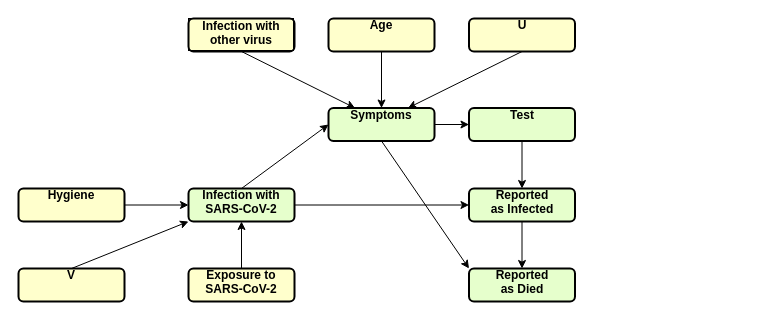
Before: images/causal_graph_app_epidem1.drawio in FloBrez/itc, a draw.io diagram. Source tidied: cells renumbered, new cells numbered last; positions are measured from the earlier drawing's top-left corner, leaving out a move shared by most shapes. Both pictures are drawn from the tidied source at 100%, with x=0, y=0 at pixel (18, 18).
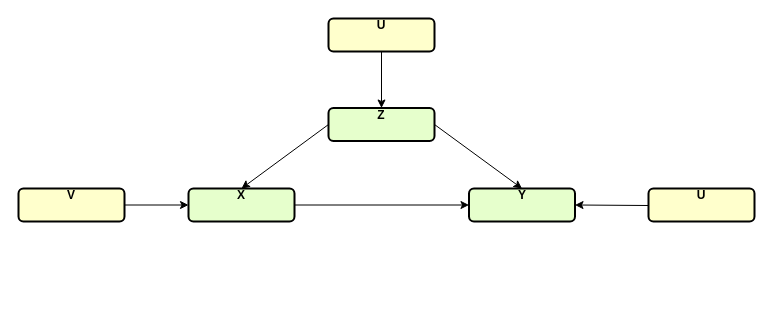
After the change.

The edit, as a diff of the source:
```diff
@@
-    <mxCell id="2" value="&lt;div&gt;Infection with &lt;br&gt;&lt;/div&gt;&lt;div&gt;SARS-CoV-2&lt;/div&gt;" style="verticalAlign=middle;align=center;overflow=fill;fontSize=12;fontFamily=Helvetica;html=1;rounded=1;fontStyle=1;strokeWidth=2;fillColor=#E6FFCC;gradientColor=none;" parent="1" vertex="1">
+    <mxCell id="2" value="&lt;div&gt;X&lt;/div&gt;" style="verticalAlign=middle;align=center;overflow=fill;fontSize=12;fontFamily=Helvetica;html=1;rounded=1;fontStyle=1;strokeWidth=2;fillColor=#E6FFCC;gradientColor=none;" parent="1" vertex="1">
       <mxGeometry x="170" y="170" width="106" height="33" as="geometry" />
     </mxCell>
-    <mxCell id="3" value="Symptoms" style="verticalAlign=middle;align=center;overflow=fill;fontSize=12;fontFamily=Helvetica;html=1;rounded=1;fontStyle=1;strokeWidth=2;fillColor=#E6FFCC;gradientColor=none;" parent="1" vertex="1">
+    <mxCell id="3" value="Z" style="verticalAlign=middle;align=center;overflow=fill;fontSize=12;fontFamily=Helvetica;html=1;rounded=1;fontStyle=1;strokeWidth=2;fillColor=#E6FFCC;gradientColor=none;" parent="1" vertex="1">
       <mxGeometry x="310" y="89.5" width="106" height="33" as="geometry" />
     </mxCell>
-    <mxCell id="4" value="Test" style="verticalAlign=middle;align=center;overflow=fill;fontSize=12;fontFamily=Helvetica;html=1;rounded=1;fontStyle=1;strokeWidth=2;fillColor=#E6FFCC;gradientColor=none;" parent="1" vertex="1">
-      <mxGeometry x="450.5" y="89.5" width="106" height="33" as="geometry" />
-    </mxCell>
-    <mxCell id="5" value="&lt;div&gt;Reported &lt;br&gt;&lt;/div&gt;&lt;div&gt;as Infected&lt;/div&gt;" style="verticalAlign=middle;align=center;overflow=fill;fontSize=12;fontFamily=Helvetica;html=1;rounded=1;fontStyle=1;strokeWidth=2;fillColor=#E6FFCC;gradientColor=none;" parent="1" vertex="1">
+    <mxCell id="5" value="&lt;div&gt;Y&lt;/div&gt;" style="verticalAlign=middle;align=center;overflow=fill;fontSize=12;fontFamily=Helvetica;html=1;rounded=1;fontStyle=1;strokeWidth=2;fillColor=#E6FFCC;gradientColor=none;" parent="1" vertex="1">
       <mxGeometry x="450.5" y="170" width="106" height="33" as="geometry" />
     </mxCell>
-    <mxCell id="6" style="endArrow=classic;html=1;exitX=0.5;exitY=1;exitDx=0;exitDy=0;entryX=0.5;entryY=0;entryDx=0;entryDy=0;" parent="1" edge="1" source="4" target="5">
-      <mxGeometry relative="1" as="geometry" />
-    </mxCell>
-    <mxCell id="7" value="&lt;div&gt;Reported&lt;/div&gt;&lt;div&gt; as Died&lt;/div&gt;&lt;div&gt;&lt;br&gt;&lt;/div&gt;" style="verticalAlign=middle;align=center;overflow=fill;fontSize=12;fontFamily=Helvetica;html=1;rounded=1;fontStyle=1;strokeWidth=2;fillColor=#E6FFCC;gradientColor=none;" parent="1" vertex="1">
-      <mxGeometry x="450.5" y="250" width="106" height="33" as="geometry" />
-    </mxCell>
-    <mxCell id="8" style="endArrow=classic;html=1;exitX=0.5;exitY=1;exitDx=0;exitDy=0;entryX=0.5;entryY=0;entryDx=0;entryDy=0;" parent="1" edge="1" source="5" target="7">
-      <mxGeometry relative="1" as="geometry" />
-    </mxCell>
-    <mxCell id="9" style="endArrow=classic;html=1;exitX=0.5;exitY=1;exitDx=0;exitDy=0;entryX=0;entryY=0;entryDx=0;entryDy=0;" parent="1" edge="1" source="3" target="7">
-      <mxGeometry relative="1" as="geometry" />
-    </mxCell>
@@
-    <mxCell id="11" value="&lt;div&gt;Infection with &lt;br&gt;&lt;/div&gt;&lt;div&gt;other virus&lt;br&gt;&lt;/div&gt;" style="verticalAlign=middle;align=center;overflow=fill;fontSize=12;fontFamily=Helvetica;html=1;rounded=1;fontStyle=1;strokeWidth=2;fillColor=#FFFFCC;gradientColor=none;labelBorderColor=#000000;" parent="1" vertex="1">
-      <mxGeometry x="170" width="106" height="33" as="geometry" />
-    </mxCell>
-    <mxCell id="12" value="Age" style="verticalAlign=middle;align=center;overflow=fill;fontSize=12;fontFamily=Helvetica;html=1;rounded=1;fontStyle=1;strokeWidth=2;fillColor=#FFFFCC;gradientColor=none;labelPosition=center;verticalLabelPosition=middle;" parent="1" vertex="1">
-      <mxGeometry x="310" width="106" height="33" as="geometry" />
-    </mxCell>
-    <mxCell id="13" style="endArrow=classic;html=1;exitX=1;exitY=0.5;exitDx=0;exitDy=0;entryX=0;entryY=0.5;entryDx=0;entryDy=0;" parent="1" edge="1" source="3" target="4">
+    <mxCell id="13" style="endArrow=classic;html=1;exitX=1;exitY=0.5;exitDx=0;exitDy=0;entryX=0.5;entryY=0;entryDx=0;entryDy=0;" parent="1" edge="1" source="3" target="5">
       <mxGeometry relative="1" as="geometry" />
     </mxCell>
-    <mxCell id="14" style="endArrow=classic;html=1;exitX=0.5;exitY=1;exitDx=0;exitDy=0;entryX=0.5;entryY=0;entryDx=0;entryDy=0;" parent="1" edge="1" source="12" target="3">
-      <mxGeometry relative="1" as="geometry" />
-    </mxCell>
-    <mxCell id="15" style="endArrow=classic;html=1;exitX=0.5;exitY=1;exitDx=0;exitDy=0;entryX=0.25;entryY=0;entryDx=0;entryDy=0;" parent="1" edge="1" source="11" target="3">
-      <mxGeometry relative="1" as="geometry" />
-    </mxCell>
     <mxCell id="16" value="U" style="verticalAlign=middle;align=center;overflow=fill;fontSize=12;fontFamily=Helvetica;html=1;rounded=1;fontStyle=1;strokeWidth=2;fillColor=#FFFFCC;gradientColor=none;" parent="1" vertex="1">
-      <mxGeometry x="450.5" width="106" height="33" as="geometry" />
+      <mxGeometry x="310" width="106" height="33" as="geometry" />
     </mxCell>
-    <mxCell id="17" style="endArrow=classic;html=1;exitX=0.5;exitY=1;exitDx=0;exitDy=0;entryX=0.75;entryY=0;entryDx=0;entryDy=0;" parent="1" edge="1" source="16" target="3">
+    <mxCell id="17" style="endArrow=classic;html=1;exitX=0.5;exitY=1;exitDx=0;exitDy=0;entryX=0.5;entryY=0;entryDx=0;entryDy=0;" parent="1" edge="1" source="16" target="3">
       <mxGeometry relative="1" as="geometry" />
     </mxCell>
-    <mxCell id="18" value="&lt;div&gt;Exposure to&lt;/div&gt;&lt;div&gt;SARS-CoV-2&lt;br&gt;&lt;/div&gt;" style="verticalAlign=middle;align=center;overflow=fill;fontSize=12;fontFamily=Helvetica;html=1;rounded=1;fontStyle=1;strokeWidth=2;fillColor=#FFFFCC;gradientColor=none;" parent="1" vertex="1">
-      <mxGeometry x="170" y="250" width="106" height="33" as="geometry" />
-    </mxCell>
-    <mxCell id="19" value="&lt;div&gt;Hygiene&lt;/div&gt;" style="verticalAlign=middle;align=center;overflow=fill;fontSize=12;fontFamily=Helvetica;html=1;rounded=1;fontStyle=1;strokeWidth=2;fillColor=#FFFFCC;gradientColor=none;" parent="1" vertex="1">
+    <mxCell id="19" value="&lt;div&gt;V&lt;/div&gt;" style="verticalAlign=middle;align=center;overflow=fill;fontSize=12;fontFamily=Helvetica;html=1;rounded=1;fontStyle=1;strokeWidth=2;fillColor=#FFFFCC;gradientColor=none;" parent="1" vertex="1">
       <mxGeometry y="170" width="106" height="33" as="geometry" />
     </mxCell>
@@
-    <mxCell id="21" style="endArrow=classic;html=1;exitX=0.5;exitY=0;exitDx=0;exitDy=0;entryX=0.5;entryY=1;entryDx=0;entryDy=0;" parent="1" edge="1" source="18" target="2">
-      <mxGeometry relative="1" as="geometry" />
-    </mxCell>
-    <mxCell id="22" style="endArrow=classic;html=1;exitX=0.5;exitY=0;exitDx=0;exitDy=0;entryX=0;entryY=0.5;entryDx=0;entryDy=0;" parent="1" edge="1" source="2" target="3">
+    <mxCell id="22" style="endArrow=classic;html=1;entryX=0.5;entryY=0;entryDx=0;entryDy=0;exitX=0;exitY=0.5;exitDx=0;exitDy=0;" parent="1" edge="1" source="3" target="2">
       <mxGeometry relative="1" as="geometry" />
     </mxCell>
-    <mxCell id="23" value="V" style="verticalAlign=middle;align=center;overflow=fill;fontSize=12;fontFamily=Helvetica;html=1;rounded=1;fontStyle=1;strokeWidth=2;fillColor=#FFFFCC;gradientColor=none;" parent="1" vertex="1">
-      <mxGeometry y="250" width="106" height="33" as="geometry" />
-    </mxCell>
-    <mxCell id="24" style="endArrow=classic;html=1;exitX=0.5;exitY=0;exitDx=0;exitDy=0;entryX=0;entryY=1;entryDx=0;entryDy=0;" parent="1" edge="1" source="23" target="2">
-      <mxGeometry relative="1" as="geometry" />
-    </mxCell>
+    <mxCell id="25" value="U" style="verticalAlign=middle;align=center;overflow=fill;fontSize=12;fontFamily=Helvetica;html=1;rounded=1;fontStyle=1;strokeWidth=2;fillColor=#FFFFCC;gradientColor=none;" parent="1" vertex="1">
+      <mxGeometry x="630" y="170" width="106" height="33" as="geometry" />
+    </mxCell>
+    <mxCell id="26" style="endArrow=classic;html=1;entryX=1;entryY=0.5;entryDx=0;entryDy=0;" parent="1" edge="1" target="5">
+      <mxGeometry relative="1" as="geometry">
+        <mxPoint x="630" y="187" as="sourcePoint" />
+      </mxGeometry>
+    </mxCell>
```
